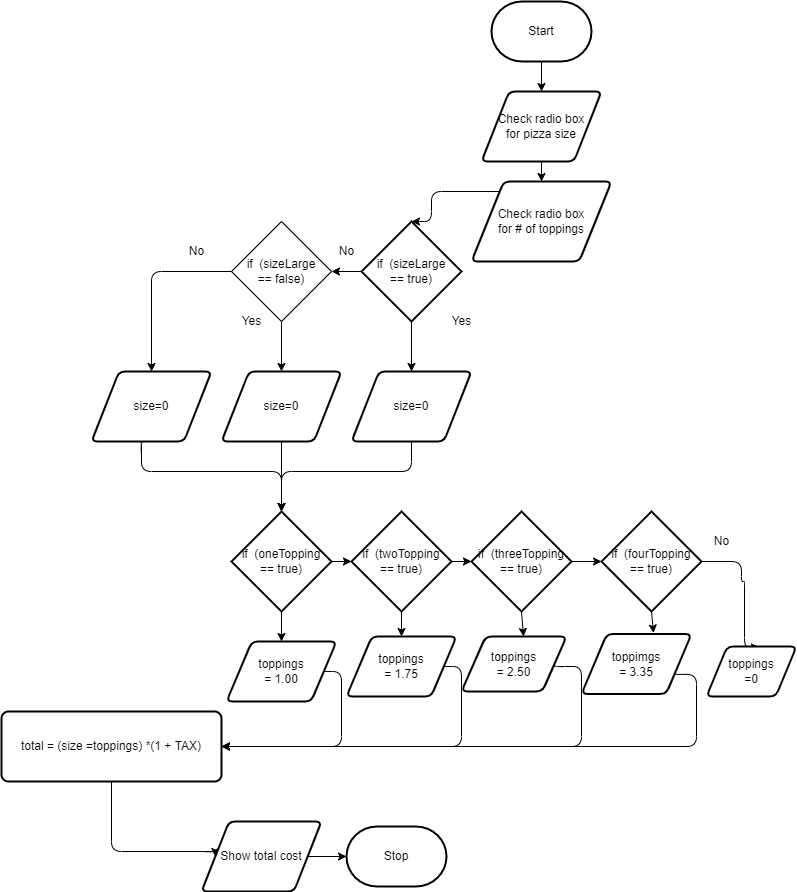
This is design/flow-chart.png from Emmanuel-Fofeyin/ICS20assignment4-html, a draw.io export, as it was before one commit. Source tidied: cells renumbered, new cells last; positions are measured from the earlier drawing's top-left corner, leaving out a move shared by most shapes.
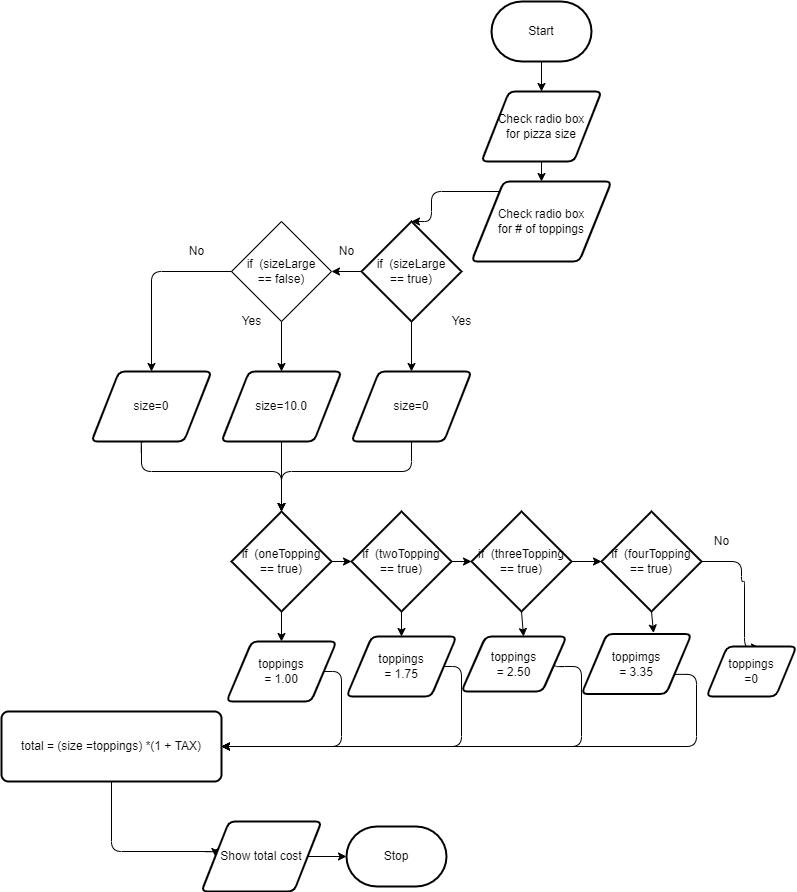
Above is the later version.

Diff of the diagram source:
```diff
@@ -46,7 +46,7 @@
     <mxCell id="14" value="size=0" style="shape=parallelogram;html=1;strokeWidth=2;perimeter=parallelogramPerimeter;whiteSpace=wrap;rounded=1;arcSize=12;size=0.23;" parent="1" vertex="1">
       <mxGeometry x="90" y="370" width="120" height="70" as="geometry" />
     </mxCell>
-    <mxCell id="15" value="size=0" style="shape=parallelogram;html=1;strokeWidth=2;perimeter=parallelogramPerimeter;whiteSpace=wrap;rounded=1;arcSize=12;size=0.23;" parent="1" vertex="1">
+    <mxCell id="15" value="size=10.0" style="shape=parallelogram;html=1;strokeWidth=2;perimeter=parallelogramPerimeter;whiteSpace=wrap;rounded=1;arcSize=12;size=0.23;" parent="1" vertex="1">
       <mxGeometry x="220" y="370" width="120" height="70" as="geometry" />
     </mxCell>
     <mxCell id="16" value="size=0" style="shape=parallelogram;html=1;strokeWidth=2;perimeter=parallelogramPerimeter;whiteSpace=wrap;rounded=1;arcSize=12;size=0.23;" parent="1" vertex="1">
```
